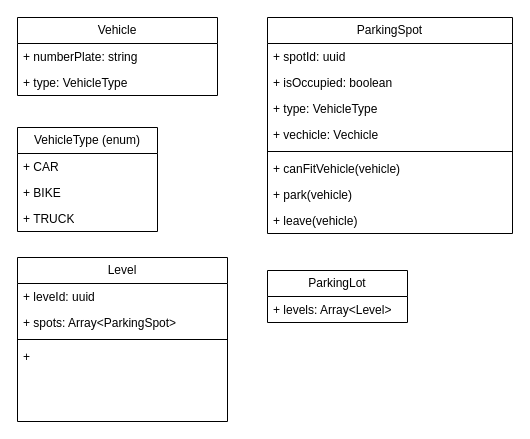
Earlier version of the draw.io diagram LLD Problems/Parking Lot/class-diagram.drawio (rutwikdesh/My-Coding-Train). Source tidied: cells renumbered, new cells numbered last; positions are measured from the earlier drawing's top-left corner, leaving out a move shared by most shapes. Both pictures are drawn from the tidied source at 100%, with x=0, y=0 at pixel (17, 17).
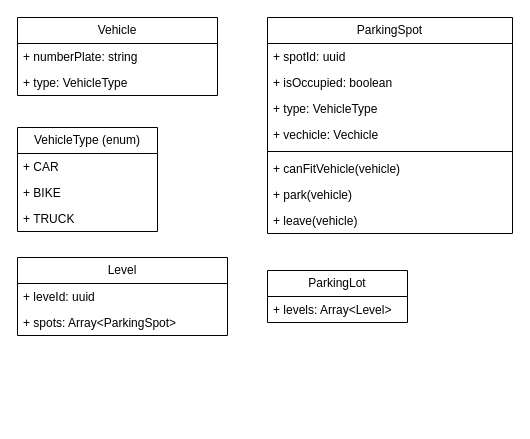
The same page after the edit.

Change to the diagram source:
```diff
@@
     <mxCell id="18" value="Level" style="swimlane;fontStyle=0;horizontal=1;startSize=26;fillColor=none;whiteSpace=wrap;html=1;rounded=0;" parent="1" vertex="1">
-      <mxGeometry y="240" width="210" height="164" as="geometry" />
+      <mxGeometry y="240" width="210" height="78" as="geometry" />
     </mxCell>
@@
-    <mxCell id="21" style="line;strokeWidth=1;fillColor=none;align=left;verticalAlign=middle;spacingTop=-1;spacingLeft=3;spacingRight=3;labelPosition=right;strokeColor=inherit;" parent="18" vertex="1">
-      <mxGeometry y="78" width="210" height="8" as="geometry" />
-    </mxCell>
-    <mxCell id="22" value="+&amp;nbsp;" style="text;strokeColor=none;fillColor=none;align=left;verticalAlign=top;spacingLeft=4;spacingRight=4;overflow=hidden;whiteSpace=wrap;html=1;rounded=0;" parent="18" vertex="1">
-      <mxGeometry y="86" width="210" height="26" as="geometry" />
-    </mxCell>
-    <mxCell id="23" style="text;strokeColor=none;fillColor=none;align=left;verticalAlign=top;spacingLeft=4;spacingRight=4;overflow=hidden;whiteSpace=wrap;html=1;rounded=0;" parent="18" vertex="1">
-      <mxGeometry y="112" width="210" height="26" as="geometry" />
-    </mxCell>
-    <mxCell id="24" style="text;strokeColor=none;fillColor=none;align=left;verticalAlign=top;spacingLeft=4;spacingRight=4;overflow=hidden;whiteSpace=wrap;html=1;rounded=0;" parent="18" vertex="1">
-      <mxGeometry y="138" width="210" height="26" as="geometry" />
-    </mxCell>
```
